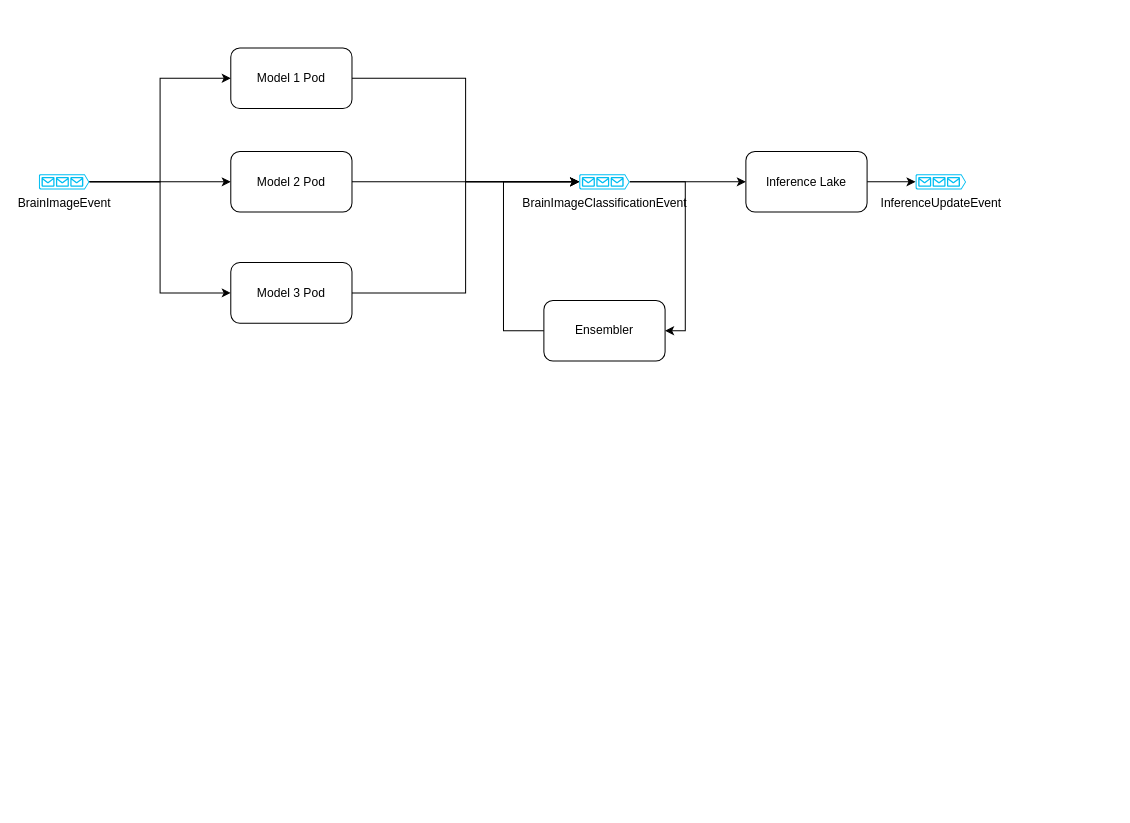
Earlier version of the draw.io diagram page "Image Classification Ensembling" (6 of 9) of docs/diagram/ml.drawio (brain-os/brain-proto). Source tidied: cells renumbered, new cells numbered last; positions are measured from the earlier drawing's top-left corner, leaving out a move shared by most shapes. Both pictures are drawn from the tidied source at 101%, with x=0, y=0 at pixel (38, 47).
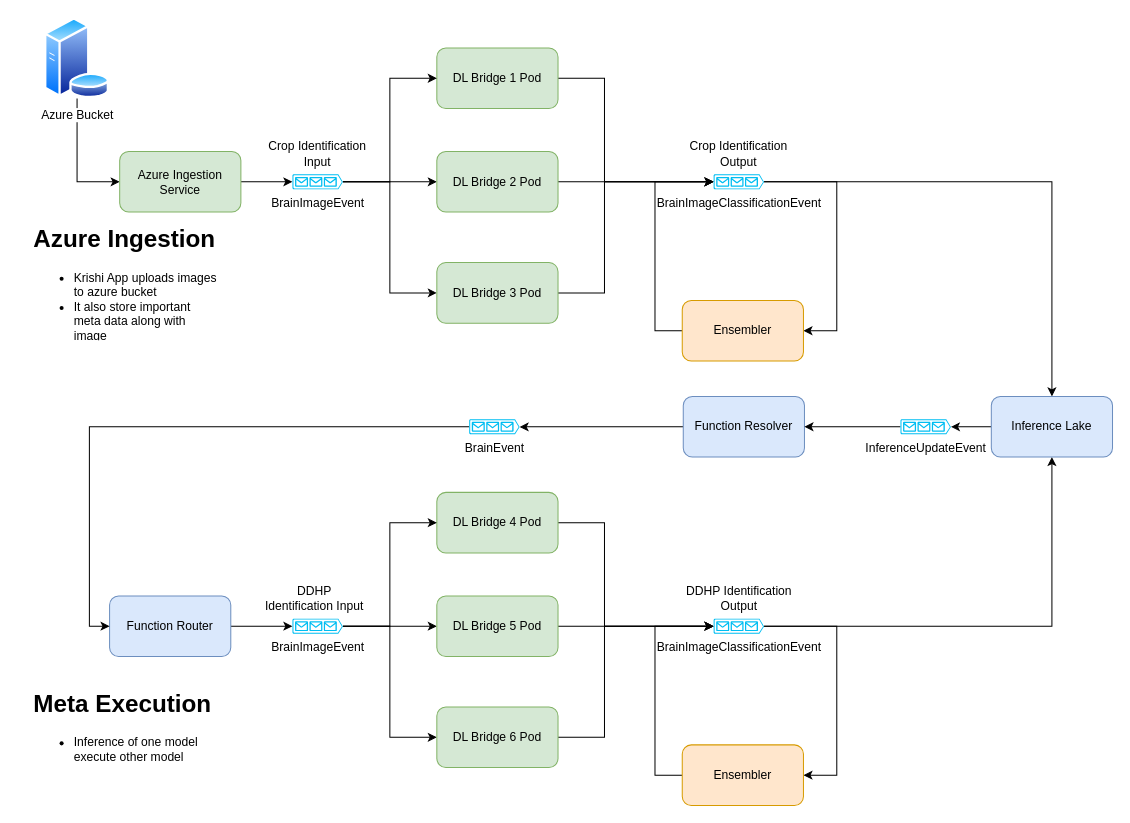
Above is the later version.

Change to the diagram source:
```diff
@@
     <mxCell id="2" style="edgeStyle=orthogonalEdgeStyle;rounded=0;jettySize=auto;html=1;entryX=0;entryY=0.5;entryDx=0;entryDy=0;entryPerimeter=0;" parent="1" edge="1" source="3" target="14">
-      <mxGeometry relative="1" as="geometry" />
+      <mxGeometry relative="1" as="geometry">
+        <Array as="points">
+          <mxPoint x="560" y="30" />
+          <mxPoint x="560" y="133" />
+        </Array>
+      </mxGeometry>
     </mxCell>
-    <mxCell id="3" value="Model 1 Pod" style="rounded=1;whiteSpace=wrap;html=1;" parent="1" vertex="1">
-      <mxGeometry x="190" width="120" height="60" as="geometry" />
+    <mxCell id="3" value="DL Bridge 1 Pod" style="rounded=1;whiteSpace=wrap;html=1;fillColor=#d5e8d4;strokeColor=#82b366;" parent="1" vertex="1">
+      <mxGeometry x="394" width="120" height="60" as="geometry" />
     </mxCell>
@@
     <mxCell id="7" value="BrainImageEvent" style="verticalLabelPosition=bottom;html=1;verticalAlign=top;align=center;strokeColor=none;fillColor=#00BEF2;shape=mxgraph.azure.queue_generic;" parent="1" vertex="1">
-      <mxGeometry y="125" width="50" height="15" as="geometry" />
+      <mxGeometry x="251" y="125" width="50" height="15" as="geometry" />
     </mxCell>
@@
-    <mxCell id="9" value="Model 2 Pod" style="rounded=1;whiteSpace=wrap;html=1;" parent="1" vertex="1">
-      <mxGeometry x="190" y="102.5" width="120" height="60" as="geometry" />
+    <mxCell id="9" value="DL Bridge&amp;nbsp;2 Pod" style="rounded=1;whiteSpace=wrap;html=1;fillColor=#d5e8d4;strokeColor=#82b366;" parent="1" vertex="1">
+      <mxGeometry x="394" y="102.5" width="120" height="60" as="geometry" />
     </mxCell>
     <mxCell id="10" style="edgeStyle=orthogonalEdgeStyle;rounded=0;jettySize=auto;html=1;entryX=0;entryY=0.5;entryDx=0;entryDy=0;entryPerimeter=0;" parent="1" edge="1" source="11" target="14">
-      <mxGeometry relative="1" as="geometry" />
+      <mxGeometry relative="1" as="geometry">
+        <Array as="points">
+          <mxPoint x="560" y="243" />
+          <mxPoint x="560" y="133" />
+        </Array>
+      </mxGeometry>
     </mxCell>
-    <mxCell id="11" value="Model 3 Pod" style="rounded=1;whiteSpace=wrap;html=1;" parent="1" vertex="1">
-      <mxGeometry x="190" y="212.5" width="120" height="60" as="geometry" />
+    <mxCell id="11" value="DL Bridge&amp;nbsp;3 Pod" style="rounded=1;whiteSpace=wrap;html=1;fillColor=#d5e8d4;strokeColor=#82b366;" parent="1" vertex="1">
+      <mxGeometry x="394" y="212.5" width="120" height="60" as="geometry" />
     </mxCell>
-    <mxCell id="12" style="edgeStyle=orthogonalEdgeStyle;rounded=0;jettySize=auto;html=1;entryX=0;entryY=0.5;entryDx=0;entryDy=0;" parent="1" edge="1" source="14" target="18">
+    <mxCell id="12" style="edgeStyle=orthogonalEdgeStyle;rounded=0;jettySize=auto;html=1;entryX=0.5;entryY=0;entryDx=0;entryDy=0;" parent="1" edge="1" source="14" target="18">
       <mxGeometry relative="1" as="geometry" />
     </mxCell>
     <mxCell id="13" style="edgeStyle=orthogonalEdgeStyle;rounded=0;jettySize=auto;html=1;entryX=1;entryY=0.5;entryDx=0;entryDy=0;" parent="1" edge="1" source="14" target="16">
       <mxGeometry relative="1" as="geometry">
         <Array as="points">
-          <mxPoint x="640" y="133" />
-          <mxPoint x="640" y="280" />
+          <mxPoint x="790" y="133" />
+          <mxPoint x="790" y="280" />
         </Array>
       </mxGeometry>
     </mxCell>
     <mxCell id="14" value="BrainImageClassificationEvent" style="verticalLabelPosition=bottom;html=1;verticalAlign=top;align=center;strokeColor=none;fillColor=#00BEF2;shape=mxgraph.azure.queue_generic;" parent="1" vertex="1">
-      <mxGeometry x="535" y="125" width="50" height="15" as="geometry" />
+      <mxGeometry x="668" y="125" width="50" height="15" as="geometry" />
     </mxCell>
     <mxCell id="15" style="edgeStyle=orthogonalEdgeStyle;rounded=0;jettySize=auto;html=1;entryX=0;entryY=0.5;entryDx=0;entryDy=0;entryPerimeter=0;" parent="1" edge="1" source="16" target="14">
       <mxGeometry relative="1" as="geometry">
         <Array as="points">
-          <mxPoint x="460" y="280" />
-          <mxPoint x="460" y="133" />
+          <mxPoint x="610" y="280" />
+          <mxPoint x="610" y="133" />
         </Array>
       </mxGeometry>
     </mxCell>
-    <mxCell id="16" value="Ensembler" style="rounded=1;whiteSpace=wrap;html=1;" parent="1" vertex="1">
-      <mxGeometry x="500" y="250" width="120" height="60" as="geometry" />
+    <mxCell id="16" value="Ensembler" style="rounded=1;whiteSpace=wrap;html=1;fillColor=#ffe6cc;strokeColor=#d79b00;" parent="1" vertex="1">
+      <mxGeometry x="637" y="250" width="120" height="60" as="geometry" />
     </mxCell>
+    <mxCell id="20" style="edgeStyle=orthogonalEdgeStyle;rounded=0;jettySize=auto;html=1;entryX=0;entryY=0.5;entryDx=0;entryDy=0;" parent="1" edge="1" source="21" target="23">
+      <mxGeometry relative="1" as="geometry">
+        <Array as="points">
+          <mxPoint x="38" y="133" />
+        </Array>
+      </mxGeometry>
+    </mxCell>
+    <mxCell id="21" value="Azure Bucket" style="perimeter=ellipsePerimeter;html=1;align=center;shadow=0;dashed=0;spacingTop=3;image;image=img/lib/active_directory/database_server.svg;" parent="1" vertex="1">
+      <mxGeometry x="5" y="-30" width="65.6" height="80" as="geometry" />
+    </mxCell>
+    <mxCell id="22" style="edgeStyle=orthogonalEdgeStyle;rounded=0;jettySize=auto;html=1;entryX=0;entryY=0.5;entryDx=0;entryDy=0;entryPerimeter=0;" parent="1" edge="1" source="23" target="7">
+      <mxGeometry relative="1" as="geometry" />
+    </mxCell>
+    <mxCell id="23" value="Azure Ingestion Service" style="rounded=1;whiteSpace=wrap;html=1;fillColor=#d5e8d4;strokeColor=#82b366;" parent="1" vertex="1">
+      <mxGeometry x="80" y="102.5" width="120" height="60" as="geometry" />
+    </mxCell>
+    <mxCell id="24" style="edgeStyle=orthogonalEdgeStyle;rounded=0;jettySize=auto;html=1;entryX=0;entryY=0.5;entryDx=0;entryDy=0;entryPerimeter=0;" parent="1" edge="1" source="25" target="36">
+      <mxGeometry relative="1" as="geometry">
+        <Array as="points">
+          <mxPoint x="560" y="470" />
+          <mxPoint x="560" y="573" />
+        </Array>
+      </mxGeometry>
+    </mxCell>
+    <mxCell id="25" value="DL Bridge 4 Pod" style="rounded=1;whiteSpace=wrap;html=1;fillColor=#d5e8d4;strokeColor=#82b366;" parent="1" vertex="1">
+      <mxGeometry x="394" y="440" width="120" height="60" as="geometry" />
+    </mxCell>
+    <mxCell id="26" style="edgeStyle=orthogonalEdgeStyle;rounded=0;jettySize=auto;html=1;entryX=0;entryY=0.5;entryDx=0;entryDy=0;" parent="1" edge="1" source="29" target="31">
+      <mxGeometry relative="1" as="geometry" />
+    </mxCell>
+    <mxCell id="27" style="edgeStyle=orthogonalEdgeStyle;rounded=0;jettySize=auto;html=1;entryX=0;entryY=0.5;entryDx=0;entryDy=0;" parent="1" edge="1" source="29" target="25">
+      <mxGeometry relative="1" as="geometry" />
+    </mxCell>
+    <mxCell id="28" style="edgeStyle=orthogonalEdgeStyle;rounded=0;jettySize=auto;html=1;entryX=0;entryY=0.5;entryDx=0;entryDy=0;" parent="1" edge="1" source="29" target="33">
+      <mxGeometry relative="1" as="geometry" />
+    </mxCell>
+    <mxCell id="29" value="BrainImageEvent" style="verticalLabelPosition=bottom;html=1;verticalAlign=top;align=center;strokeColor=none;fillColor=#00BEF2;shape=mxgraph.azure.queue_generic;" parent="1" vertex="1">
+      <mxGeometry x="251" y="565" width="50" height="15" as="geometry" />
+    </mxCell>
+    <mxCell id="30" style="edgeStyle=orthogonalEdgeStyle;rounded=0;jettySize=auto;html=1;entryX=0;entryY=0.5;entryDx=0;entryDy=0;entryPerimeter=0;" parent="1" edge="1" source="31" target="36">
+      <mxGeometry relative="1" as="geometry" />
+    </mxCell>
+    <mxCell id="31" value="DL Bridge 5 Pod" style="rounded=1;whiteSpace=wrap;html=1;fillColor=#d5e8d4;strokeColor=#82b366;" parent="1" vertex="1">
+      <mxGeometry x="394" y="542.5" width="120" height="60" as="geometry" />
+    </mxCell>
+    <mxCell id="32" style="edgeStyle=orthogonalEdgeStyle;rounded=0;jettySize=auto;html=1;entryX=0;entryY=0.5;entryDx=0;entryDy=0;entryPerimeter=0;" parent="1" edge="1" source="33" target="36">
+      <mxGeometry relative="1" as="geometry">
+        <Array as="points">
+          <mxPoint x="560" y="683" />
+          <mxPoint x="560" y="573" />
+        </Array>
+      </mxGeometry>
+    </mxCell>
+    <mxCell id="33" value="DL Bridge 6 Pod" style="rounded=1;whiteSpace=wrap;html=1;fillColor=#d5e8d4;strokeColor=#82b366;" parent="1" vertex="1">
+      <mxGeometry x="394" y="652.5" width="120" height="60" as="geometry" />
+    </mxCell>
+    <mxCell id="34" style="edgeStyle=orthogonalEdgeStyle;rounded=0;jettySize=auto;html=1;entryX=0.5;entryY=1;entryDx=0;entryDy=0;" parent="1" edge="1" source="36" target="18">
+      <mxGeometry relative="1" as="geometry" />
+    </mxCell>
+    <mxCell id="35" style="edgeStyle=orthogonalEdgeStyle;rounded=0;jettySize=auto;html=1;entryX=1;entryY=0.5;entryDx=0;entryDy=0;" parent="1" edge="1" source="36" target="38">
+      <mxGeometry relative="1" as="geometry">
+        <Array as="points">
+          <mxPoint x="790" y="573" />
+          <mxPoint x="790" y="720" />
+        </Array>
+      </mxGeometry>
+    </mxCell>
+    <mxCell id="36" value="BrainImageClassificationEvent" style="verticalLabelPosition=bottom;html=1;verticalAlign=top;align=center;strokeColor=none;fillColor=#00BEF2;shape=mxgraph.azure.queue_generic;" parent="1" vertex="1">
+      <mxGeometry x="668" y="565" width="50" height="15" as="geometry" />
+    </mxCell>
+    <mxCell id="37" style="edgeStyle=orthogonalEdgeStyle;rounded=0;jettySize=auto;html=1;entryX=0;entryY=0.5;entryDx=0;entryDy=0;entryPerimeter=0;" parent="1" edge="1" source="38" target="36">
+      <mxGeometry relative="1" as="geometry">
+        <Array as="points">
+          <mxPoint x="610" y="720" />
+          <mxPoint x="610" y="573" />
+        </Array>
+      </mxGeometry>
+    </mxCell>
+    <mxCell id="38" value="Ensembler" style="rounded=1;whiteSpace=wrap;html=1;fillColor=#ffe6cc;strokeColor=#d79b00;" parent="1" vertex="1">
+      <mxGeometry x="637" y="690" width="120" height="60" as="geometry" />
+    </mxCell>
+    <mxCell id="39" style="edgeStyle=orthogonalEdgeStyle;rounded=0;jettySize=auto;html=1;entryX=0;entryY=0.5;entryDx=0;entryDy=0;entryPerimeter=0;" parent="1" edge="1" source="40" target="29">
+      <mxGeometry relative="1" as="geometry" />
+    </mxCell>
+    <mxCell id="40" value="Function Router" style="rounded=1;whiteSpace=wrap;html=1;fillColor=#dae8fc;strokeColor=#6c8ebf;" parent="1" vertex="1">
+      <mxGeometry x="70" y="542.5" width="120" height="60" as="geometry" />
+    </mxCell>
+    <mxCell id="41" value="&lt;h1&gt;Azure Ingestion&lt;/h1&gt;&lt;p&gt;&lt;ul&gt;&lt;li&gt;Krishi App uploads images to azure bucket&lt;/li&gt;&lt;li&gt;It also store important meta data along with image&lt;/li&gt;&lt;/ul&gt;&lt;/p&gt;" style="text;html=1;strokeColor=none;fillColor=none;spacing=5;spacingTop=-20;whiteSpace=wrap;overflow=hidden;rounded=0;" parent="1" vertex="1">
+      <mxGeometry x="-10" y="170" width="190" height="120" as="geometry" />
+    </mxCell>
+    <mxCell id="42" style="edgeStyle=orthogonalEdgeStyle;rounded=0;jettySize=auto;html=1;entryX=1;entryY=0.51;entryDx=0;entryDy=0;entryPerimeter=0;" parent="1" edge="1" source="43" target="48">
+      <mxGeometry relative="1" as="geometry" />
+    </mxCell>
+    <mxCell id="43" value="Function Resolver" style="rounded=1;whiteSpace=wrap;html=1;fillColor=#dae8fc;strokeColor=#6c8ebf;" parent="1" vertex="1">
+      <mxGeometry x="638" y="345" width="120" height="60" as="geometry" />
+    </mxCell>
+    <mxCell id="44" value="&lt;h1&gt;Meta Execution&lt;/h1&gt;&lt;p&gt;&lt;/p&gt;&lt;ul&gt;&lt;li&gt;Inference of one model execute other model&lt;/li&gt;&lt;/ul&gt;&lt;p&gt;&lt;/p&gt;" style="text;html=1;strokeColor=none;fillColor=none;spacing=5;spacingTop=-20;whiteSpace=wrap;overflow=hidden;rounded=0;" parent="1" vertex="1">
+      <mxGeometry x="-10" y="630" width="190" height="120" as="geometry" />
+    </mxCell>
+    <mxCell id="45" value="Crop Identification Input" style="text;html=1;strokeColor=none;fillColor=none;align=center;verticalAlign=middle;whiteSpace=wrap;rounded=0;" parent="1" vertex="1">
+      <mxGeometry x="226" y="90" width="100" height="30" as="geometry" />
+    </mxCell>
+    <mxCell id="46" value="Crop Identification Output" style="text;html=1;strokeColor=none;fillColor=none;align=center;verticalAlign=middle;whiteSpace=wrap;rounded=0;" parent="1" vertex="1">
+      <mxGeometry x="643" y="90" width="100" height="30" as="geometry" />
+    </mxCell>
+    <mxCell id="47" style="edgeStyle=orthogonalEdgeStyle;rounded=0;jettySize=auto;html=1;entryX=0;entryY=0.5;entryDx=0;entryDy=0;" parent="1" edge="1" source="48" target="40">
+      <mxGeometry relative="1" as="geometry" />
+    </mxCell>
+    <mxCell id="48" value="BrainEvent" style="verticalLabelPosition=bottom;html=1;verticalAlign=top;align=center;strokeColor=none;fillColor=#00BEF2;shape=mxgraph.azure.queue_generic;" parent="1" vertex="1">
+      <mxGeometry x="426" y="367.5" width="50" height="15" as="geometry" />
+    </mxCell>
+    <mxCell id="49" value="DDHP Identification Input" style="text;html=1;strokeColor=none;fillColor=none;align=center;verticalAlign=middle;whiteSpace=wrap;rounded=0;" parent="1" vertex="1">
+      <mxGeometry x="220" y="530" width="106" height="30" as="geometry" />
+    </mxCell>
+    <mxCell id="50" value="DDHP Identification Output" style="text;html=1;strokeColor=none;fillColor=none;align=center;verticalAlign=middle;whiteSpace=wrap;rounded=0;" parent="1" vertex="1">
+      <mxGeometry x="637" y="530" width="113" height="30" as="geometry" />
+    </mxCell>
-    <mxCell id="17" style="edgeStyle=orthogonalEdgeStyle;rounded=0;jettySize=auto;html=1;entryX=0;entryY=0.5;entryDx=0;entryDy=0;entryPerimeter=0;" parent="1" edge="1" source="18" target="19">
+    <mxCell id="17" style="edgeStyle=orthogonalEdgeStyle;rounded=0;jettySize=auto;html=1;entryX=1;entryY=0.51;entryDx=0;entryDy=0;entryPerimeter=0;" parent="1" edge="1" source="18" target="19">
       <mxGeometry relative="1" as="geometry" />
     </mxCell>
-    <mxCell id="18" value="Inference Lake" style="rounded=1;whiteSpace=wrap;html=1;fontColor=#000000;" parent="1" vertex="1">
-      <mxGeometry x="700" y="102.5" width="120" height="60" as="geometry" />
+    <mxCell id="18" value="Inference Lake" style="rounded=1;whiteSpace=wrap;html=1;fillColor=#dae8fc;strokeColor=#6c8ebf;" parent="1" vertex="1">
+      <mxGeometry x="943" y="345" width="120" height="60" as="geometry" />
     </mxCell>
+    <mxCell id="51" style="edgeStyle=orthogonalEdgeStyle;rounded=0;jettySize=auto;html=1;" parent="1" edge="1" source="19" target="43">
+      <mxGeometry relative="1" as="geometry" />
+    </mxCell>
     <mxCell id="19" value="InferenceUpdateEvent" style="verticalLabelPosition=bottom;html=1;verticalAlign=top;align=center;strokeColor=none;fillColor=#00BEF2;shape=mxgraph.azure.queue_generic;" parent="1" vertex="1">
-      <mxGeometry x="868" y="125" width="50" height="15" as="geometry" />
+      <mxGeometry x="853" y="367.5" width="50" height="15" as="geometry" />
     </mxCell>
```
